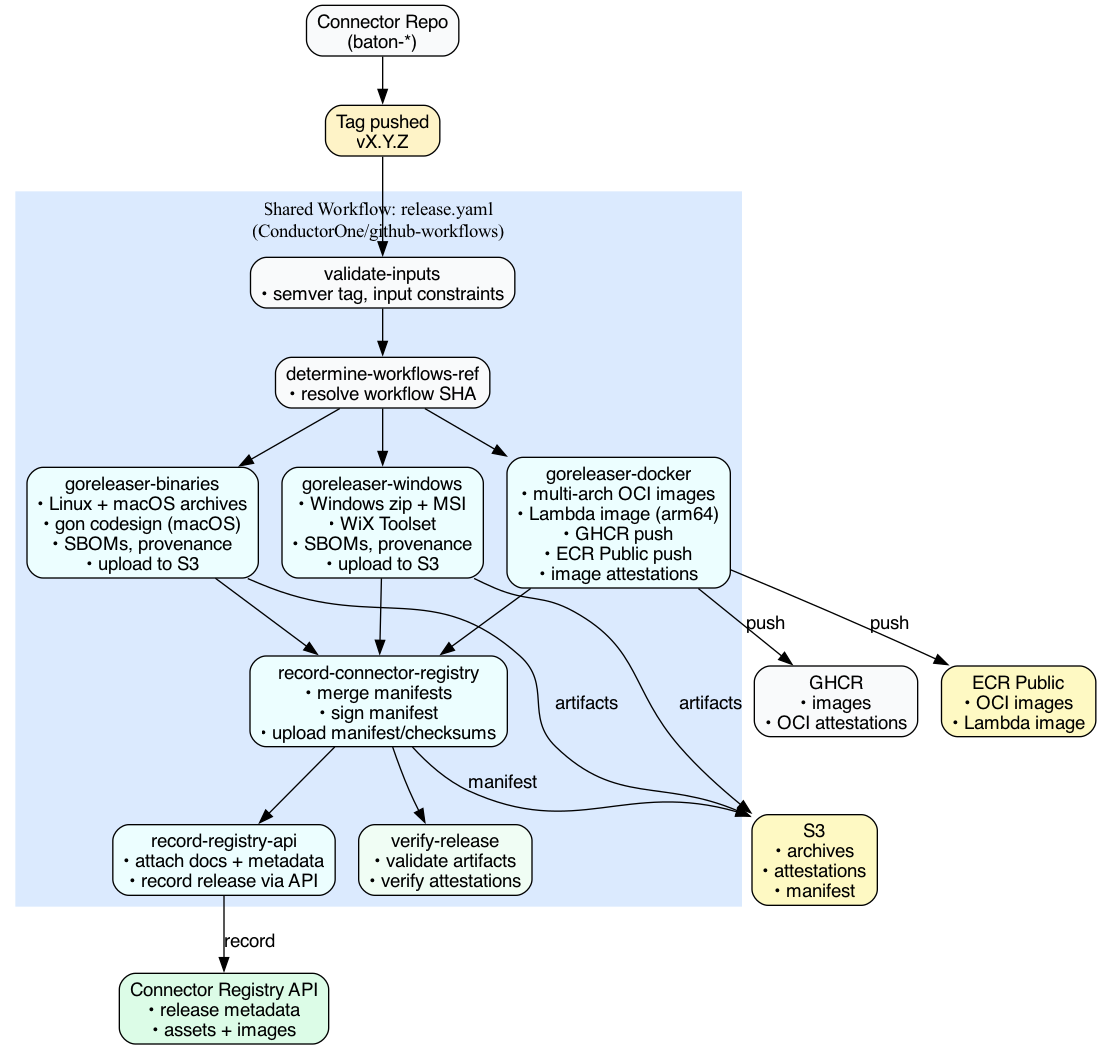
The Graphviz diagram docs/diagrams/release-workflow.png in ConductorOne/github-workflows, before a commit. Its source is kept beside it as docs/diagrams/release-workflow.dot.
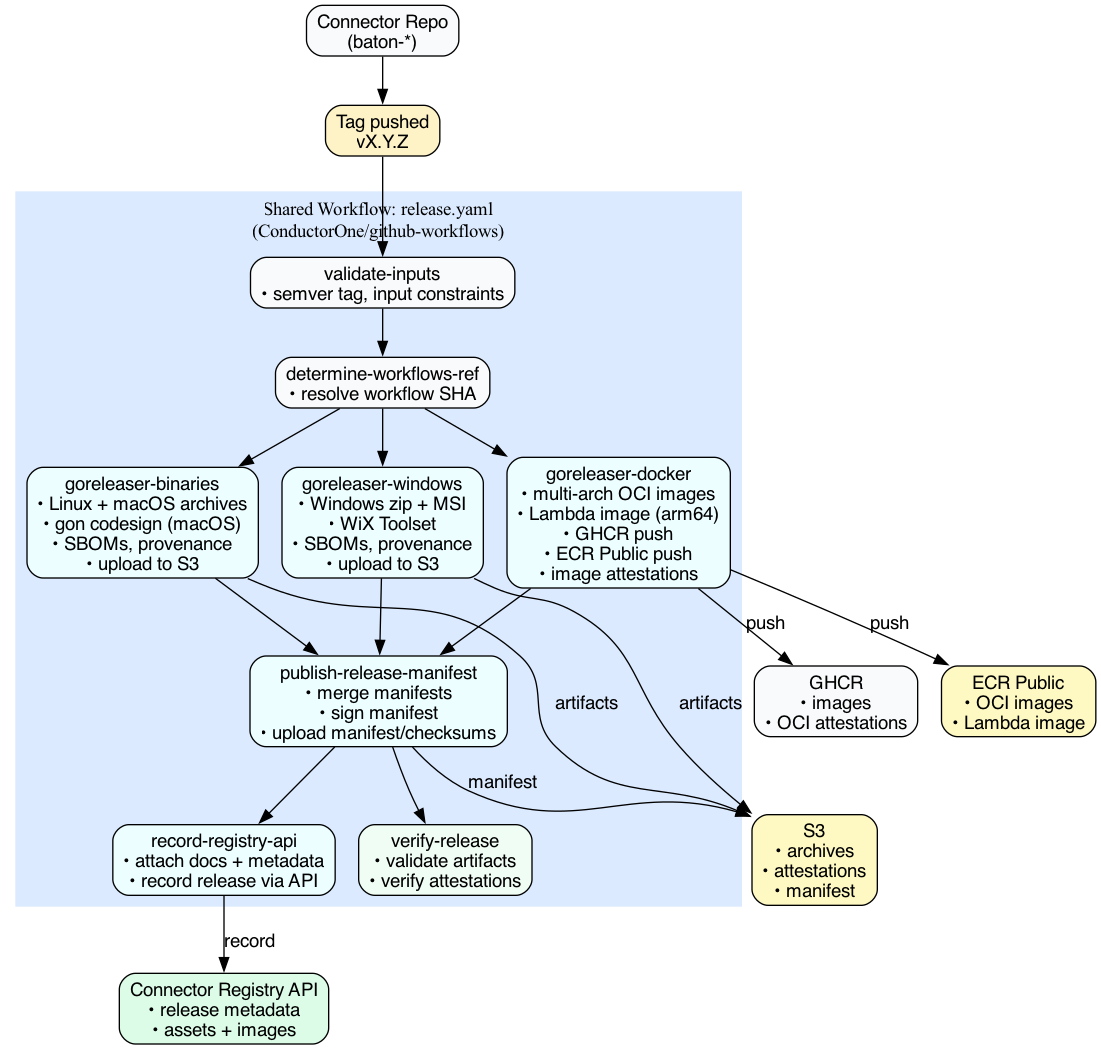
The same file after the commit.

Commit message:
Rename release manifest publication job

What changed in the source:
```diff
@@ -21,7 +21,7 @@
 
     docker [label="goreleaser-docker\n• multi-arch OCI images\n• Lambda image (arm64)\n• GHCR push\n• ECR Public push\n• image attestations", fillcolor="#ecfeff"];
 
-    record [label="record-connector-registry\n• merge manifests\n• sign manifest\n• upload manifest/checksums", fillcolor="#ecfeff"];
+    record [label="publish-release-manifest\n• merge manifests\n• sign manifest\n• upload manifest/checksums", fillcolor="#ecfeff"];
 
     registry_api [label="record-registry-api\n• attach docs + metadata\n• record release via API", fillcolor="#ecfeff"];
 
```
